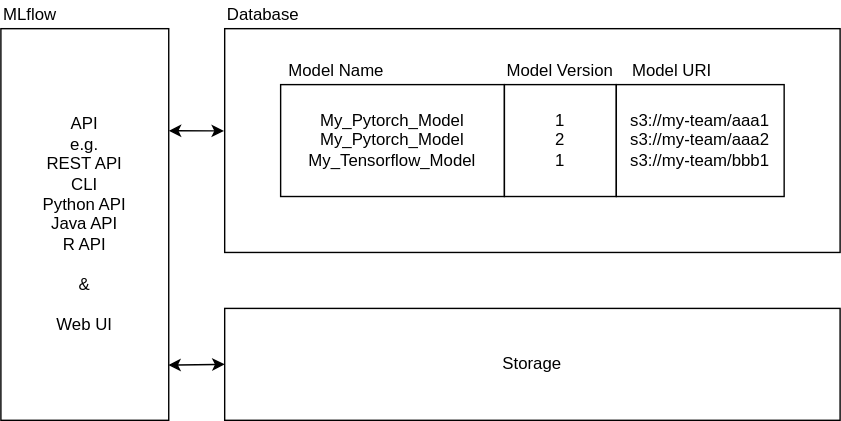
This is mlflow_model_registry.drawio.svg from Minyus/mlflow_docs, a draw.io export, as it was before one commit. Source tidied: cells renumbered, new cells last; positions are measured from the earlier drawing's top-left corner, leaving out a move shared by most shapes. The source it was exported from:
```xml
<mxGraphModel>
  <root>
    <mxCell id="0" />
    <mxCell id="1" parent="0" />
    <mxCell id="2" style="rounded=0;whiteSpace=wrap;html=1;" parent="1" vertex="1">
      <mxGeometry x="160" y="20" width="440" height="160" as="geometry" />
    </mxCell>
    <mxCell id="3" value="API&lt;br&gt;e.g.&lt;br&gt;REST API&lt;br&gt;CLI&lt;br&gt;Python API&lt;br&gt;Java API&lt;br&gt;R API&lt;br&gt;&lt;br&gt;&amp;amp;&lt;br&gt;&lt;br&gt;Web UI" style="rounded=0;whiteSpace=wrap;html=1;" parent="1" vertex="1">
      <mxGeometry y="20" width="120" height="280" as="geometry" />
    </mxCell>
    <mxCell id="4" value="My_Pytorch_Model&lt;br&gt;My_Pytorch_Model&lt;br&gt;My_Tensorflow_Model" style="rounded=0;whiteSpace=wrap;html=1;" parent="1" vertex="1">
      <mxGeometry x="200" y="60" width="160" height="80" as="geometry" />
    </mxCell>
    <mxCell id="5" value="1&lt;br&gt;2&lt;br&gt;1" style="rounded=0;whiteSpace=wrap;html=1;" parent="1" vertex="1">
      <mxGeometry x="360" y="60" width="80" height="80" as="geometry" />
    </mxCell>
    <mxCell id="6" value="s3://my-team/aaa1&lt;br&gt;s3://my-team/aaa2&lt;br&gt;s3://my-team/bbb1" style="rounded=0;whiteSpace=wrap;html=1;" parent="1" vertex="1">
      <mxGeometry x="440" y="60" width="120" height="80" as="geometry" />
    </mxCell>
    <mxCell id="7" value="Model Version" style="text;html=1;strokeColor=none;fillColor=none;align=center;verticalAlign=middle;whiteSpace=wrap;rounded=0;" parent="1" vertex="1">
      <mxGeometry x="360" y="40" width="80" height="20" as="geometry" />
    </mxCell>
    <mxCell id="8" value="Model Name" style="text;html=1;strokeColor=none;fillColor=none;align=center;verticalAlign=middle;whiteSpace=wrap;rounded=0;" parent="1" vertex="1">
      <mxGeometry x="200" y="40" width="80" height="20" as="geometry" />
    </mxCell>
    <mxCell id="9" value="Model URI" style="text;html=1;strokeColor=none;fillColor=none;align=center;verticalAlign=middle;whiteSpace=wrap;rounded=0;" parent="1" vertex="1">
      <mxGeometry x="440" y="40" width="80" height="20" as="geometry" />
    </mxCell>
    <mxCell id="10" value="Database" style="text;html=1;strokeColor=none;fillColor=none;align=left;verticalAlign=middle;whiteSpace=wrap;rounded=0;" parent="1" vertex="1">
      <mxGeometry x="160" width="70" height="20" as="geometry" />
    </mxCell>
    <mxCell id="11" value="Storage" style="rounded=0;whiteSpace=wrap;html=1;" parent="1" vertex="1">
      <mxGeometry x="160" y="220" width="440" height="80" as="geometry" />
    </mxCell>
    <mxCell id="12" style="endArrow=classic;startArrow=classic;html=1;entryX=-0.001;entryY=0.457;entryDx=0;entryDy=0;entryPerimeter=0;" parent="1" edge="1" target="2">
      <mxGeometry relative="1" as="geometry">
        <mxPoint x="120" y="93" as="sourcePoint" />
      </mxGeometry>
    </mxCell>
    <mxCell id="13" style="endArrow=classic;startArrow=classic;html=1;exitX=0.997;exitY=0.859;exitDx=0;exitDy=0;exitPerimeter=0;entryX=0;entryY=0.5;entryDx=0;entryDy=0;" parent="1" edge="1" source="3" target="11">
      <mxGeometry relative="1" as="geometry" />
    </mxCell>
    <mxCell id="14" value="MLflow" style="text;html=1;strokeColor=none;fillColor=none;align=left;verticalAlign=middle;whiteSpace=wrap;rounded=0;" parent="1" vertex="1">
      <mxGeometry width="70" height="20" as="geometry" />
    </mxCell>
  </root>
</mxGraphModel>
```
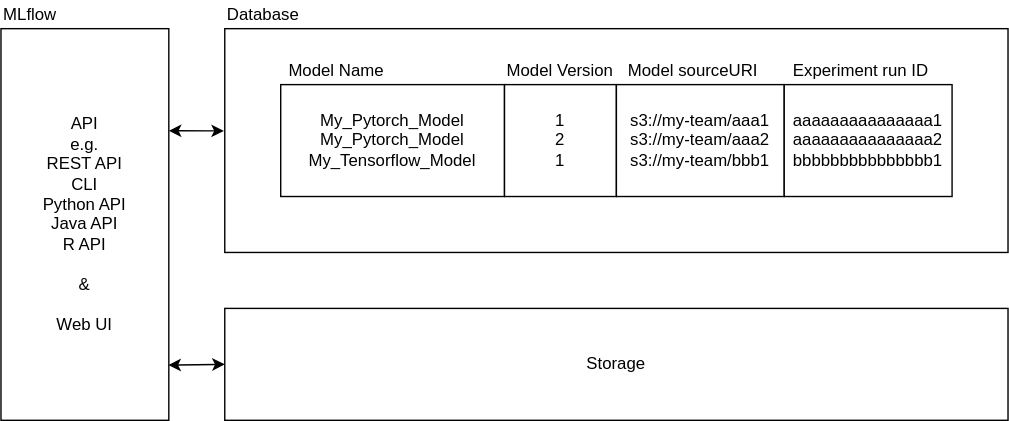
After the commit.

Commit message:
Add exp run ID based on https://www.mlflow.org/docs/latest/rest-api.html#modelversion

Change to the diagram source:
```diff
@@ -3,7 +3,7 @@
     <mxCell id="0" />
     <mxCell id="1" parent="0" />
     <mxCell id="2" style="rounded=0;whiteSpace=wrap;html=1;" parent="1" vertex="1">
-      <mxGeometry x="160" y="20" width="440" height="160" as="geometry" />
+      <mxGeometry x="160" y="20" width="560" height="160" as="geometry" />
     </mxCell>
     <mxCell id="3" value="API&lt;br&gt;e.g.&lt;br&gt;REST API&lt;br&gt;CLI&lt;br&gt;Python API&lt;br&gt;Java API&lt;br&gt;R API&lt;br&gt;&lt;br&gt;&amp;amp;&lt;br&gt;&lt;br&gt;Web UI" style="rounded=0;whiteSpace=wrap;html=1;" parent="1" vertex="1">
       <mxGeometry y="20" width="120" height="280" as="geometry" />
@@ -23,14 +23,14 @@
     <mxCell id="8" value="Model Name" style="text;html=1;strokeColor=none;fillColor=none;align=center;verticalAlign=middle;whiteSpace=wrap;rounded=0;" parent="1" vertex="1">
       <mxGeometry x="200" y="40" width="80" height="20" as="geometry" />
     </mxCell>
-    <mxCell id="9" value="Model URI" style="text;html=1;strokeColor=none;fillColor=none;align=center;verticalAlign=middle;whiteSpace=wrap;rounded=0;" parent="1" vertex="1">
-      <mxGeometry x="440" y="40" width="80" height="20" as="geometry" />
+    <mxCell id="9" value="Model sourceURI" style="text;html=1;strokeColor=none;fillColor=none;align=center;verticalAlign=middle;whiteSpace=wrap;rounded=0;" parent="1" vertex="1">
+      <mxGeometry x="440" y="40" width="110" height="20" as="geometry" />
     </mxCell>
     <mxCell id="10" value="Database" style="text;html=1;strokeColor=none;fillColor=none;align=left;verticalAlign=middle;whiteSpace=wrap;rounded=0;" parent="1" vertex="1">
       <mxGeometry x="160" width="70" height="20" as="geometry" />
     </mxCell>
     <mxCell id="11" value="Storage" style="rounded=0;whiteSpace=wrap;html=1;" parent="1" vertex="1">
-      <mxGeometry x="160" y="220" width="440" height="80" as="geometry" />
+      <mxGeometry x="160" y="220" width="560" height="80" as="geometry" />
     </mxCell>
     <mxCell id="12" style="endArrow=classic;startArrow=classic;html=1;entryX=-0.001;entryY=0.457;entryDx=0;entryDy=0;entryPerimeter=0;" parent="1" edge="1" target="2">
       <mxGeometry relative="1" as="geometry">
@@ -43,5 +43,11 @@
     <mxCell id="14" value="MLflow" style="text;html=1;strokeColor=none;fillColor=none;align=left;verticalAlign=middle;whiteSpace=wrap;rounded=0;" parent="1" vertex="1">
       <mxGeometry width="70" height="20" as="geometry" />
     </mxCell>
+    <mxCell id="15" value="aaaaaaaaaaaaaaa1&lt;br&gt;aaaaaaaaaaaaaaa2&lt;br&gt;bbbbbbbbbbbbbbb1" style="rounded=0;whiteSpace=wrap;html=1;" parent="1" vertex="1">
+      <mxGeometry x="560" y="60" width="120" height="80" as="geometry" />
+    </mxCell>
+    <mxCell id="16" value="Experiment run ID" style="text;html=1;strokeColor=none;fillColor=none;align=center;verticalAlign=middle;whiteSpace=wrap;rounded=0;" parent="1" vertex="1">
+      <mxGeometry x="560" y="40" width="110" height="20" as="geometry" />
+    </mxCell>
   </root>
 </mxGraphModel>
```
